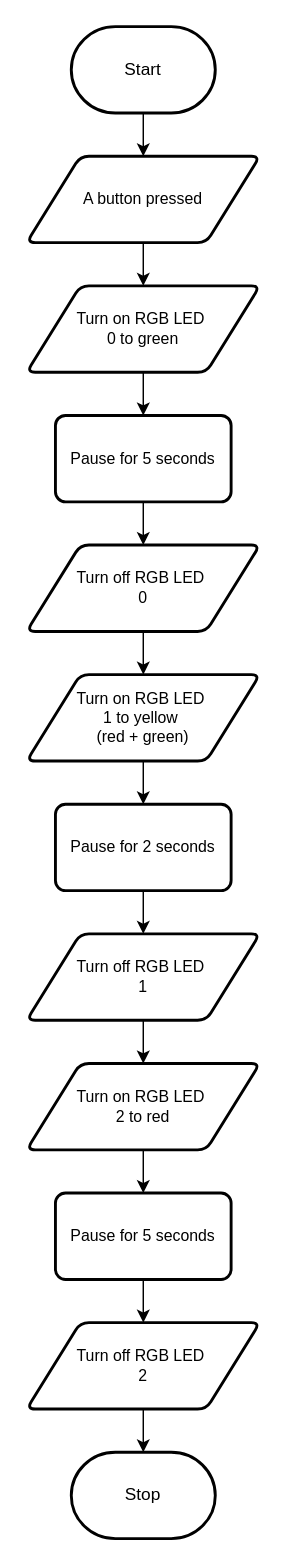
Earlier version of the draw.io diagram design/flowchart.drawio (MTHS-TEJ2O-1-2024/TEJ2O-Unit-5-05B-Caleb-Andreas). Source tidied: cells renumbered, new cells numbered last; positions are measured from the earlier drawing's top-left corner, leaving out a move shared by most shapes. Both pictures are drawn from the tidied source at 144%, with x=0, y=0 at pixel (26, 26).
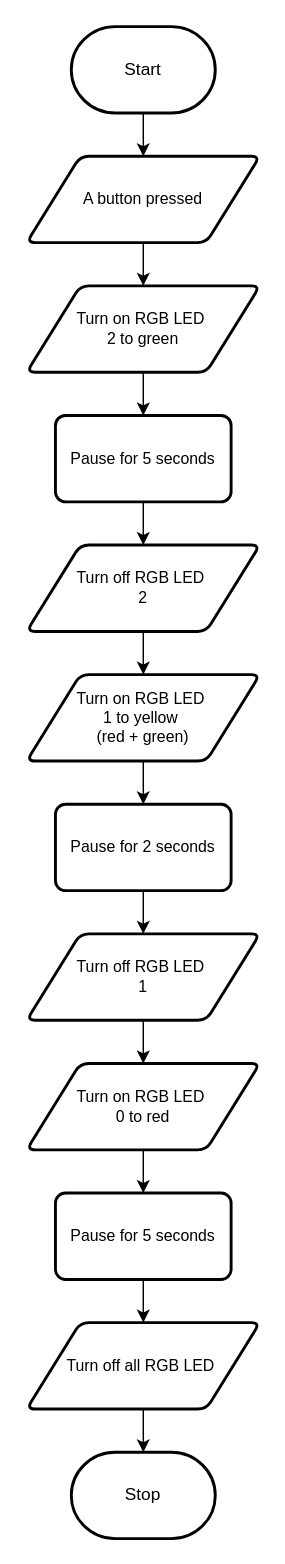
The same page after the edit.

The edit, as a diff of the source:
```diff
@@
-    <mxCell id="8" value="Turn on RGB LED&amp;nbsp;&lt;br&gt;0 to green" style="shape=parallelogram;html=1;strokeWidth=2;perimeter=parallelogramPerimeter;whiteSpace=wrap;rounded=1;arcSize=12;size=0.23;fontFamily=Helvetica;fontSize=11;fontColor=default;" parent="1" vertex="1">
+    <mxCell id="8" value="Turn on RGB LED&amp;nbsp;&lt;br&gt;2 to green" style="shape=parallelogram;html=1;strokeWidth=2;perimeter=parallelogramPerimeter;whiteSpace=wrap;rounded=1;arcSize=12;size=0.23;fontFamily=Helvetica;fontSize=11;fontColor=default;" parent="1" vertex="1">
       <mxGeometry y="180" width="162" height="60" as="geometry" />
     </mxCell>
@@
-    <mxCell id="12" value="Turn off RGB LED&amp;nbsp;&lt;br&gt;0" style="shape=parallelogram;html=1;strokeWidth=2;perimeter=parallelogramPerimeter;whiteSpace=wrap;rounded=1;arcSize=12;size=0.23;fontFamily=Helvetica;fontSize=11;fontColor=default;" parent="1" vertex="1">
+    <mxCell id="12" value="Turn off RGB LED&amp;nbsp;&lt;br&gt;2" style="shape=parallelogram;html=1;strokeWidth=2;perimeter=parallelogramPerimeter;whiteSpace=wrap;rounded=1;arcSize=12;size=0.23;fontFamily=Helvetica;fontSize=11;fontColor=default;" parent="1" vertex="1">
       <mxGeometry y="360" width="162" height="60" as="geometry" />
     </mxCell>
@@
-    <mxCell id="22" value="Turn on RGB LED&amp;nbsp;&lt;br&gt;2 to red" style="shape=parallelogram;html=1;strokeWidth=2;perimeter=parallelogramPerimeter;whiteSpace=wrap;rounded=1;arcSize=12;size=0.23;fontFamily=Helvetica;fontSize=11;fontColor=default;" parent="1" vertex="1">
+    <mxCell id="22" value="Turn on RGB LED&amp;nbsp;&lt;br&gt;0 to red" style="shape=parallelogram;html=1;strokeWidth=2;perimeter=parallelogramPerimeter;whiteSpace=wrap;rounded=1;arcSize=12;size=0.23;fontFamily=Helvetica;fontSize=11;fontColor=default;" parent="1" vertex="1">
       <mxGeometry y="720" width="162" height="60" as="geometry" />
     </mxCell>
@@
-    <mxCell id="24" value="Turn off RGB LED&amp;nbsp;&lt;br&gt;2" style="shape=parallelogram;html=1;strokeWidth=2;perimeter=parallelogramPerimeter;whiteSpace=wrap;rounded=1;arcSize=12;size=0.23;fontFamily=Helvetica;fontSize=11;fontColor=default;" parent="1" vertex="1">
+    <mxCell id="24" value="Turn off all RGB LED&amp;nbsp;" style="shape=parallelogram;html=1;strokeWidth=2;perimeter=parallelogramPerimeter;whiteSpace=wrap;rounded=1;arcSize=12;size=0.23;fontFamily=Helvetica;fontSize=11;fontColor=default;" parent="1" vertex="1">
       <mxGeometry y="900" width="162" height="60" as="geometry" />
     </mxCell>
```
